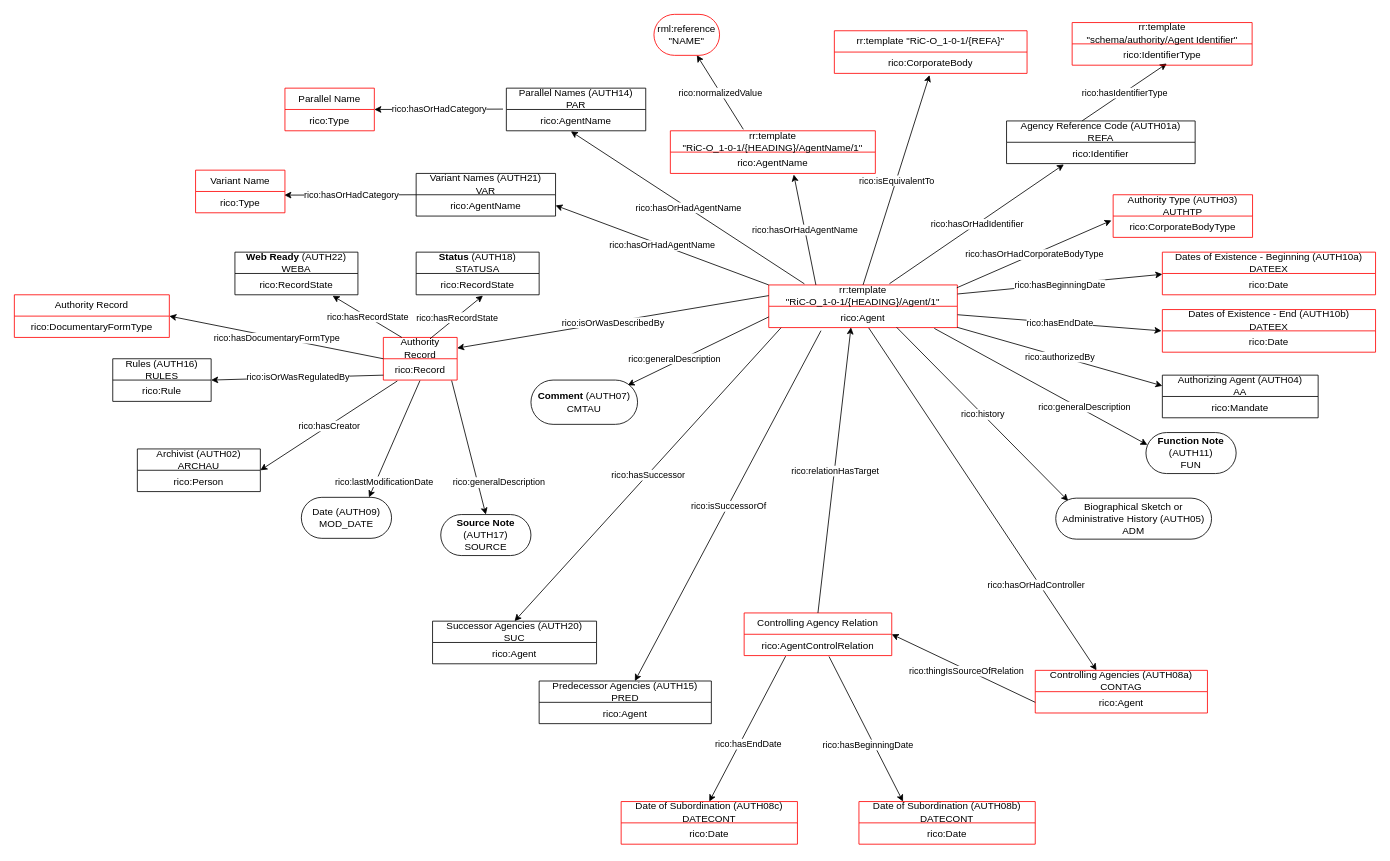
This is gbad/schema/authority/General Authority to RiC-O Model_2024-08-20_PZ.drawio from gbad-project/records_in_contexts_draw_io_parser, a draw.io file, before an edit. Source tidied: cells renumbered, new cells numbered last; positions are measured from the earlier drawing's top-left corner, leaving out a move shared by most shapes. Both pictures are drawn from the tidied source at 82%, with x=0, y=0 at pixel (14, 14).
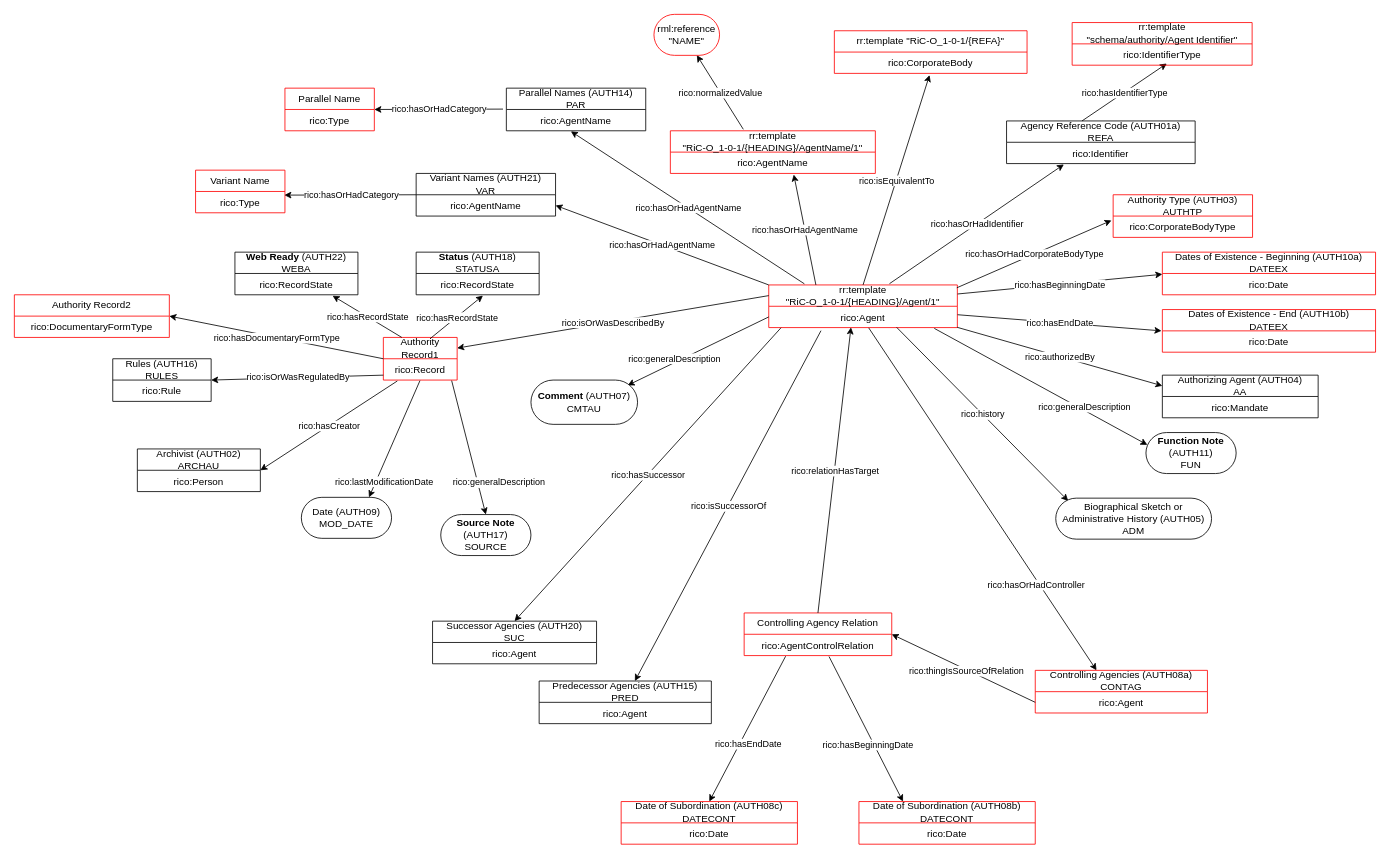
The same diagram, later.

Commit message (it also covers changes not shown here):
Complete drawio parser/ map_schema transition to in-drawio URI masks

The edit, as a diff of the source:
```diff
@@
-    <mxCell id="59" value="Authority Record" style="swimlane;fontStyle=0;horizontal=1;startSize=26;fillColor=none;whiteSpace=wrap;html=1;strokeColor=#FF0000;" parent="1" vertex="1">
+    <mxCell id="59" value="Authority Record1" style="swimlane;fontStyle=0;horizontal=1;startSize=26;fillColor=none;whiteSpace=wrap;html=1;strokeColor=#FF0000;" parent="1" vertex="1">
       <mxGeometry x="450" y="394" width="90" height="52" as="geometry" />
     </mxCell>
@@
-    <mxCell id="65" value="Authority Record" style="swimlane;fontStyle=0;horizontal=1;startSize=26;fillColor=none;whiteSpace=wrap;html=1;strokeColor=#FF0000;" parent="1" vertex="1">
+    <mxCell id="65" value="Authority Record2" style="swimlane;fontStyle=0;horizontal=1;startSize=26;fillColor=none;whiteSpace=wrap;html=1;strokeColor=#FF0000;" parent="1" vertex="1">
       <mxGeometry y="342" width="189" height="52" as="geometry" />
     </mxCell>
```
